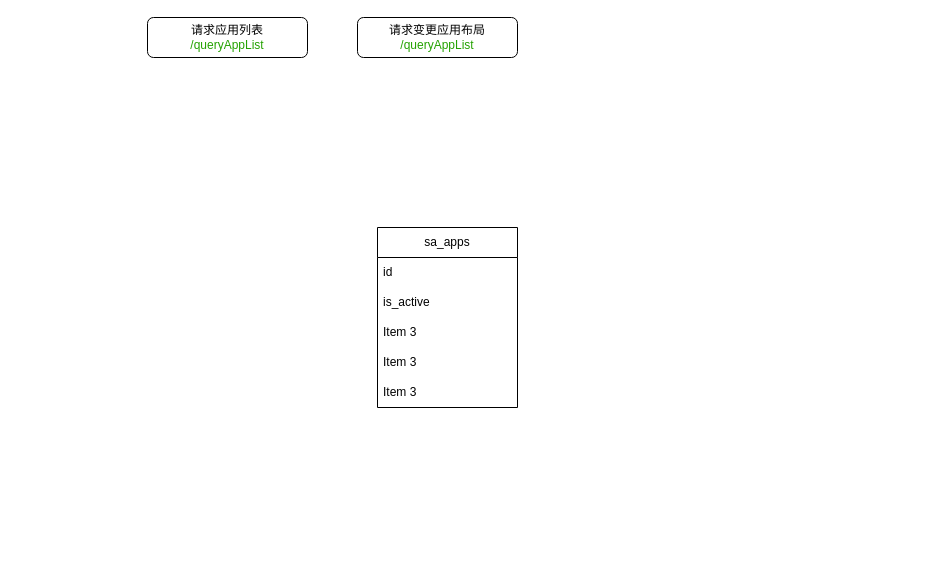
Earlier version of the draw.io diagram 应用中心执行流程.drawio (RK-JD/DrawIO). Source tidied: cells renumbered, new cells numbered last; positions are measured from the earlier drawing's top-left corner, leaving out a move shared by most shapes. Both pictures are drawn from the tidied source at 100%, with x=0, y=0 at pixel (147, 17).
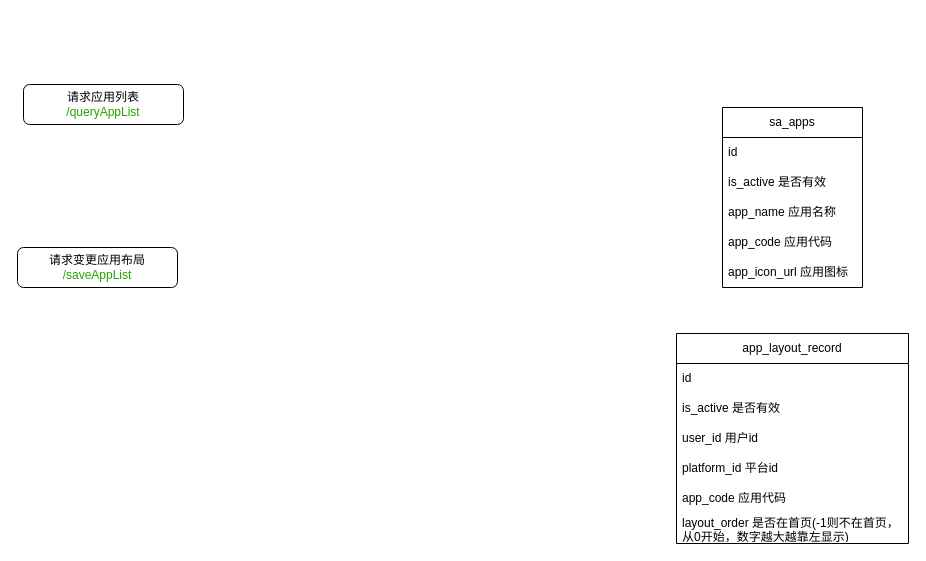
After the change.

Commit message (it also covers changes not shown here):
更新应用中心执行流程.drawio

Diff of the diagram source:
```diff
@@
 <mxGraphModel>
   <root>
     <mxCell id="0" />
     <mxCell id="1" parent="0" />
     <mxCell id="2" value="请求应用列表&lt;div&gt;&lt;font color=&quot;#24a201&quot;&gt;/queryAppList&lt;/font&gt;&lt;/div&gt;" style="rounded=1;whiteSpace=wrap;html=1;" parent="1" vertex="1">
-      <mxGeometry width="160" height="40" as="geometry" />
+      <mxGeometry x="-124" y="67" width="160" height="40" as="geometry" />
     </mxCell>
-    <mxCell id="3" value="请求变更应用布局&lt;div&gt;&lt;font color=&quot;#24a201&quot;&gt;/queryAppList&lt;/font&gt;&lt;/div&gt;" style="rounded=1;whiteSpace=wrap;html=1;" parent="1" vertex="1">
-      <mxGeometry x="210" width="160" height="40" as="geometry" />
+    <mxCell id="3" value="请求变更应用布局&lt;div&gt;&lt;font color=&quot;#24a201&quot;&gt;/saveAppList&lt;/font&gt;&lt;/div&gt;" style="rounded=1;whiteSpace=wrap;html=1;" parent="1" vertex="1">
+      <mxGeometry x="-130" y="230" width="160" height="40" as="geometry" />
     </mxCell>
     <mxCell id="4" value="sa_apps" style="swimlane;fontStyle=0;horizontal=1;startSize=30;whiteSpace=wrap;html=1;" parent="1" vertex="1">
-      <mxGeometry x="230" y="210" width="140" height="180" as="geometry" />
+      <mxGeometry x="575" y="90" width="140" height="180" as="geometry" />
     </mxCell>
     <mxCell id="5" value="id" style="text;strokeColor=none;fillColor=none;align=left;verticalAlign=middle;spacingLeft=4;spacingRight=4;overflow=hidden;whiteSpace=wrap;html=1;" parent="4" vertex="1">
       <mxGeometry y="30" width="140" height="30" as="geometry" />
     </mxCell>
-    <mxCell id="6" value="is_active" style="text;strokeColor=none;fillColor=none;align=left;verticalAlign=middle;spacingLeft=4;spacingRight=4;overflow=hidden;whiteSpace=wrap;html=1;" parent="4" vertex="1">
+    <mxCell id="6" value="is_active 是否有效" style="text;strokeColor=none;fillColor=none;align=left;verticalAlign=middle;spacingLeft=4;spacingRight=4;overflow=hidden;whiteSpace=wrap;html=1;" parent="4" vertex="1">
       <mxGeometry y="60" width="140" height="30" as="geometry" />
     </mxCell>
-    <mxCell id="7" value="Item 3" style="text;strokeColor=none;fillColor=none;align=left;verticalAlign=middle;spacingLeft=4;spacingRight=4;overflow=hidden;whiteSpace=wrap;html=1;" parent="4" vertex="1">
+    <mxCell id="7" value="app_name 应用名称" style="text;strokeColor=none;fillColor=none;align=left;verticalAlign=middle;spacingLeft=4;spacingRight=4;overflow=hidden;whiteSpace=wrap;html=1;" parent="4" vertex="1">
       <mxGeometry y="90" width="140" height="30" as="geometry" />
     </mxCell>
+    <mxCell id="9" value="app_code 应用代码" style="text;strokeColor=none;fillColor=none;align=left;verticalAlign=middle;spacingLeft=4;spacingRight=4;overflow=hidden;whiteSpace=wrap;html=1;" parent="4" vertex="1">
+      <mxGeometry y="120" width="140" height="30" as="geometry" />
+    </mxCell>
-    <mxCell id="8" value="Item 3" style="text;strokeColor=none;fillColor=none;align=left;verticalAlign=middle;spacingLeft=4;spacingRight=4;overflow=hidden;whiteSpace=wrap;html=1;" parent="4" vertex="1">
-      <mxGeometry y="120" width="140" height="30" as="geometry" />
+    <mxCell id="8" value="app_icon_url 应用图标" style="text;strokeColor=none;fillColor=none;align=left;verticalAlign=middle;spacingLeft=4;spacingRight=4;overflow=hidden;whiteSpace=wrap;html=1;" parent="4" vertex="1">
+      <mxGeometry y="150" width="140" height="30" as="geometry" />
     </mxCell>
-    <mxCell id="9" value="Item 3" style="text;strokeColor=none;fillColor=none;align=left;verticalAlign=middle;spacingLeft=4;spacingRight=4;overflow=hidden;whiteSpace=wrap;html=1;" parent="4" vertex="1">
-      <mxGeometry y="150" width="140" height="30" as="geometry" />
-    </mxCell>
+    <mxCell id="10" value="app_layout_record" style="swimlane;fontStyle=0;horizontal=1;startSize=30;whiteSpace=wrap;html=1;" parent="1" vertex="1">
+      <mxGeometry x="529" y="316" width="232" height="210" as="geometry" />
+    </mxCell>
+    <mxCell id="11" value="id" style="text;strokeColor=none;fillColor=none;align=left;verticalAlign=middle;spacingLeft=4;spacingRight=4;overflow=hidden;whiteSpace=wrap;html=1;" parent="10" vertex="1">
+      <mxGeometry y="30" width="232" height="30" as="geometry" />
+    </mxCell>
+    <mxCell id="12" value="is_active 是否有效" style="text;strokeColor=none;fillColor=none;align=left;verticalAlign=middle;spacingLeft=4;spacingRight=4;overflow=hidden;whiteSpace=wrap;html=1;" parent="10" vertex="1">
+      <mxGeometry y="60" width="232" height="30" as="geometry" />
+    </mxCell>
+    <mxCell id="13" value="user_id 用户id" style="text;strokeColor=none;fillColor=none;align=left;verticalAlign=middle;spacingLeft=4;spacingRight=4;overflow=hidden;whiteSpace=wrap;html=1;" parent="10" vertex="1">
+      <mxGeometry y="90" width="232" height="30" as="geometry" />
+    </mxCell>
+    <mxCell id="14" value="platform_id 平台id" style="text;strokeColor=none;fillColor=none;align=left;verticalAlign=middle;spacingLeft=4;spacingRight=4;overflow=hidden;whiteSpace=wrap;html=1;" parent="10" vertex="1">
+      <mxGeometry y="120" width="232" height="30" as="geometry" />
+    </mxCell>
+    <mxCell id="15" value="app_code 应用代码" style="text;strokeColor=none;fillColor=none;align=left;verticalAlign=middle;spacingLeft=4;spacingRight=4;overflow=hidden;whiteSpace=wrap;html=1;" parent="10" vertex="1">
+      <mxGeometry y="150" width="232" height="30" as="geometry" />
+    </mxCell>
+    <mxCell id="16" value="layout_order 是否在首页(-1则不在首页，从0开始，数字越大越靠左显示)" style="text;strokeColor=none;fillColor=none;align=left;verticalAlign=middle;spacingLeft=4;spacingRight=4;overflow=hidden;whiteSpace=wrap;html=1;" parent="10" vertex="1">
+      <mxGeometry y="180" width="232" height="30" as="geometry" />
+    </mxCell>
   </root>
 </mxGraphModel>
```
